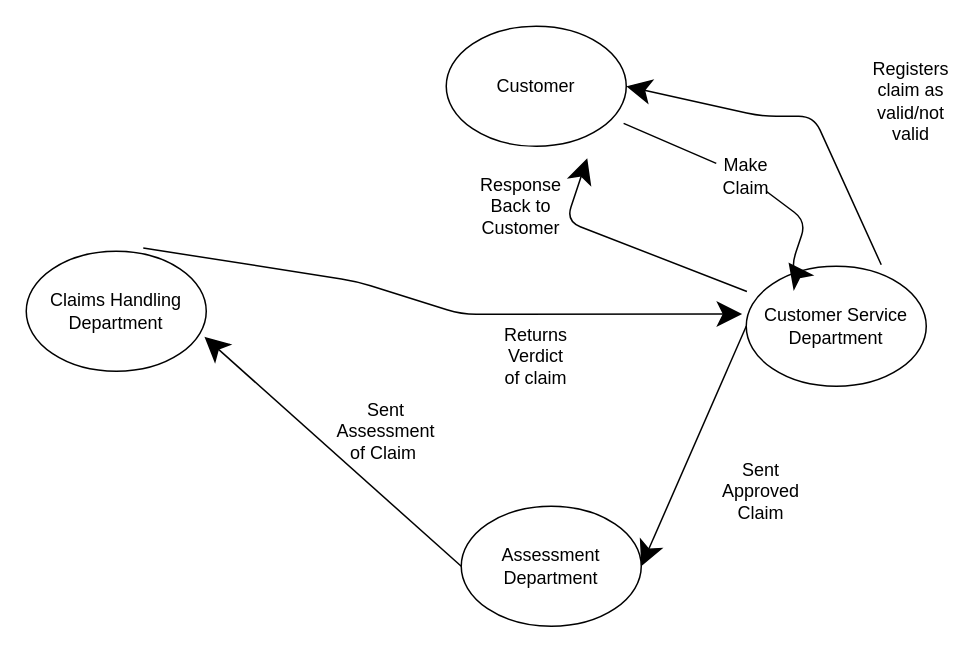
Earlier version of the draw.io diagram week1/Functional Flow.drawio (Darren-ODonnell/BusinessModellingDiagrams). Source tidied: cells renumbered, new cells numbered last; positions are measured from the earlier drawing's top-left corner, leaving out a move shared by most shapes. Both pictures are drawn from the tidied source at 150%, with x=0, y=0 at pixel (26, 26).
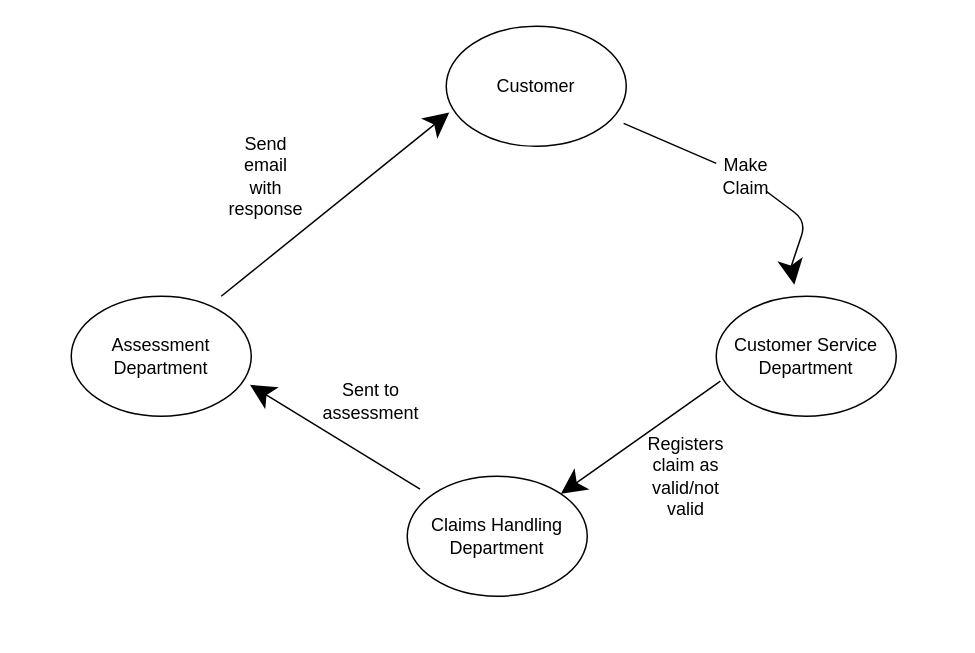
After the change.

Unchanged cells that the change refers to:
```xml
<mxCell id="2" value="Customer" style="ellipse;whiteSpace=wrap;html=1;hachureGap=4;" parent="1" vertex="1">
  <mxGeometry x="280" width="120" height="80" as="geometry" />
</mxCell>
```

Change to the diagram source:
```diff
@@
     <mxCell id="3" value="Customer Service Department" style="ellipse;whiteSpace=wrap;html=1;hachureGap=4;" parent="1" vertex="1">
-      <mxGeometry x="480" y="160" width="120" height="80" as="geometry" />
+      <mxGeometry x="460" y="180" width="120" height="80" as="geometry" />
     </mxCell>
     <mxCell id="4" value="Claims Handling Department" style="ellipse;whiteSpace=wrap;html=1;hachureGap=4;" parent="1" vertex="1">
-      <mxGeometry y="150" width="120" height="80" as="geometry" />
+      <mxGeometry x="254" y="300" width="120" height="80" as="geometry" />
     </mxCell>
     <mxCell id="5" value="Assessment Department" style="ellipse;whiteSpace=wrap;html=1;hachureGap=4;" parent="1" vertex="1">
-      <mxGeometry x="290" y="320" width="120" height="80" as="geometry" />
+      <mxGeometry x="30" y="180" width="120" height="80" as="geometry" />
     </mxCell>
@@
     <mxCell id="9" value="Registers claim as valid/not valid" style="text;html=1;strokeColor=none;fillColor=none;align=center;verticalAlign=middle;whiteSpace=wrap;rounded=0;hachureGap=4;" parent="1" vertex="1">
-      <mxGeometry x="570" y="40" width="40" height="20" as="geometry" />
+      <mxGeometry x="420" y="290" width="40" height="20" as="geometry" />
     </mxCell>
-    <mxCell id="10" style="endArrow=classic;html=1;startSize=14;endSize=14;sourcePerimeterSpacing=8;targetPerimeterSpacing=8;entryX=1;entryY=0.5;entryDx=0;entryDy=0;" parent="1" edge="1" target="2">
-      <mxGeometry relative="1" as="geometry">
-        <mxPoint x="570" y="159" as="sourcePoint" />
-        <Array as="points">
-          <mxPoint x="525" y="60" />
-          <mxPoint x="490" y="60" />
-        </Array>
-      </mxGeometry>
-    </mxCell>
-    <mxCell id="11" style="endArrow=classic;html=1;startSize=14;endSize=14;sourcePerimeterSpacing=8;targetPerimeterSpacing=8;exitX=0;exitY=0.5;exitDx=0;exitDy=0;entryX=1;entryY=0.5;entryDx=0;entryDy=0;" parent="1" edge="1" source="3" target="5">
-      <mxGeometry relative="1" as="geometry" />
-    </mxCell>
-    <mxCell id="12" value="Sent Approved Claim" style="text;html=1;strokeColor=none;fillColor=none;align=center;verticalAlign=middle;whiteSpace=wrap;rounded=0;hachureGap=4;" parent="1" vertex="1">
-      <mxGeometry x="470" y="300" width="40" height="20" as="geometry" />
-    </mxCell>
-    <mxCell id="13" style="endArrow=classic;html=1;startSize=14;endSize=14;sourcePerimeterSpacing=8;targetPerimeterSpacing=8;exitX=0;exitY=0.5;exitDx=0;exitDy=0;entryX=0.99;entryY=0.713;entryDx=0;entryDy=0;entryPerimeter=0;" parent="1" edge="1" source="5" target="4">
-      <mxGeometry relative="1" as="geometry" />
-    </mxCell>
-    <mxCell id="14" value="Sent Assessment of Claim&amp;nbsp;" style="text;html=1;strokeColor=none;fillColor=none;align=center;verticalAlign=middle;whiteSpace=wrap;rounded=0;hachureGap=4;" parent="1" vertex="1">
-      <mxGeometry x="220" y="260" width="40" height="20" as="geometry" />
-    </mxCell>
-    <mxCell id="15" style="endArrow=classic;html=1;startSize=14;endSize=14;sourcePerimeterSpacing=8;targetPerimeterSpacing=8;exitX=0.65;exitY=-0.027;exitDx=0;exitDy=0;exitPerimeter=0;entryX=-0.023;entryY=0.398;entryDx=0;entryDy=0;entryPerimeter=0;" parent="1" edge="1" source="4" target="3">
-      <mxGeometry relative="1" as="geometry">
-        <Array as="points">
-          <mxPoint x="220" y="170" />
-          <mxPoint x="290" y="192" />
-        </Array>
-      </mxGeometry>
-    </mxCell>
-    <mxCell id="16" value="Returns Verdict of claim" style="text;html=1;strokeColor=none;fillColor=none;align=center;verticalAlign=middle;whiteSpace=wrap;rounded=0;hachureGap=4;" parent="1" vertex="1">
-      <mxGeometry x="320" y="210" width="40" height="20" as="geometry" />
-    </mxCell>
-    <mxCell id="17" style="endArrow=classic;html=1;startSize=14;endSize=14;sourcePerimeterSpacing=8;targetPerimeterSpacing=8;" parent="1" edge="1" source="3">
-      <mxGeometry relative="1" as="geometry">
-        <mxPoint x="374" y="88" as="targetPoint" />
-        <Array as="points">
-          <mxPoint x="360" y="130" />
-        </Array>
-      </mxGeometry>
-    </mxCell>
-    <mxCell id="18" value="Response Back to Customer" style="text;html=1;strokeColor=none;fillColor=none;align=center;verticalAlign=middle;whiteSpace=wrap;rounded=0;hachureGap=4;" parent="1" vertex="1">
-      <mxGeometry x="310" y="110" width="40" height="20" as="geometry" />
-    </mxCell>
+    <mxCell id="19" style="endArrow=classic;html=1;startSize=14;endSize=14;sourcePerimeterSpacing=8;targetPerimeterSpacing=8;exitX=0.023;exitY=0.708;exitDx=0;exitDy=0;exitPerimeter=0;entryX=1;entryY=0;entryDx=0;entryDy=0;" parent="1" edge="1" source="3" target="4">
+      <mxGeometry relative="1" as="geometry" />
+    </mxCell>
+    <mxCell id="20" style="endArrow=classic;html=1;startSize=14;endSize=14;sourcePerimeterSpacing=8;targetPerimeterSpacing=8;entryX=0.993;entryY=0.738;entryDx=0;entryDy=0;entryPerimeter=0;" parent="1" edge="1" source="4" target="5">
+      <mxGeometry relative="1" as="geometry" />
+    </mxCell>
+    <mxCell id="21" value="Sent to assessment" style="text;html=1;strokeColor=none;fillColor=none;align=center;verticalAlign=middle;whiteSpace=wrap;rounded=0;hachureGap=4;" parent="1" vertex="1">
+      <mxGeometry x="210" y="240" width="40" height="20" as="geometry" />
+    </mxCell>
+    <mxCell id="22" style="endArrow=classic;html=1;startSize=14;endSize=14;sourcePerimeterSpacing=8;targetPerimeterSpacing=8;entryX=0.017;entryY=0.718;entryDx=0;entryDy=0;entryPerimeter=0;" parent="1" edge="1" target="2">
+      <mxGeometry relative="1" as="geometry">
+        <mxPoint x="130" y="180" as="sourcePoint" />
+      </mxGeometry>
+    </mxCell>
+    <mxCell id="23" value="Send email with response" style="text;html=1;strokeColor=none;fillColor=none;align=center;verticalAlign=middle;whiteSpace=wrap;rounded=0;hachureGap=4;" parent="1" vertex="1">
+      <mxGeometry x="140" y="90" width="40" height="20" as="geometry" />
+    </mxCell>
```
